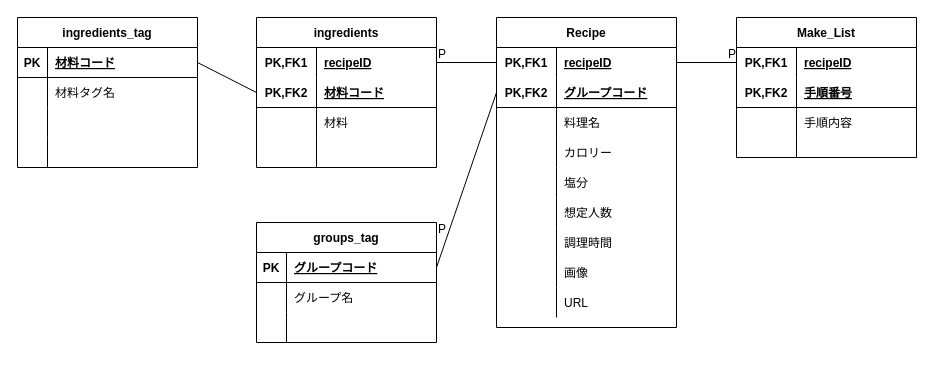
Above: ER.dio in qiuyueluzi/recipeApp (draw.io), before the change. Source tidied: cells renumbered, new cells numbered last; positions are measured from the earlier drawing's top-left corner, leaving out a move shared by most shapes. Both pictures are drawn from the tidied source at 100%, with x=0, y=0 at pixel (17, 17).
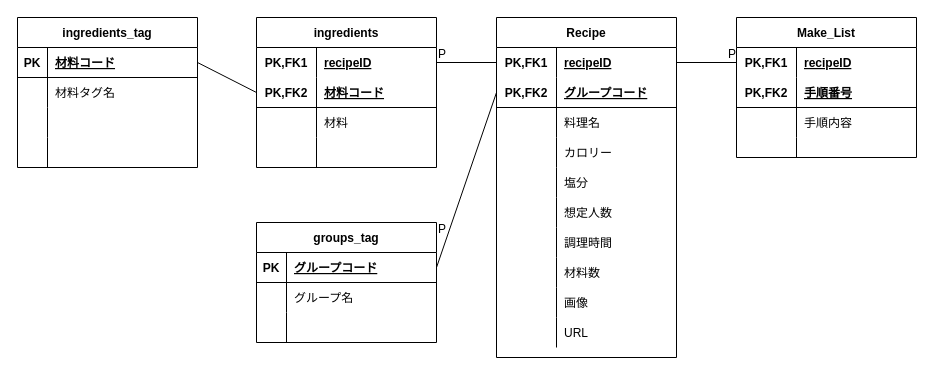
The same diagram, later.

Unchanged cells that the change refers to:
```xml
<mxCell id="41" style="shape=partialRectangle;fillColor=none;top=0;left=0;bottom=0;right=0;" parent="19" vertex="1">
  <mxGeometry y="240" width="180" height="30" as="geometry" />
</mxCell>
```

What changed in the source:
```diff
@@
     <mxCell id="19" value="Recipe" style="shape=table;startSize=30;childLayout=tableLayout;rowLines=0;fontStyle=1;align=center;" parent="1" vertex="1">
-      <mxGeometry x="479" width="180" height="310" as="geometry" />
+      <mxGeometry x="479" width="180" height="340" as="geometry" />
     </mxCell>
@@
-    <mxCell id="43" value="画像" style="shape=partialRectangle;fillColor=none;top=0;left=0;bottom=0;right=0;align=left;spacingLeft=6;overflow=hidden;" parent="41" vertex="1">
+    <mxCell id="43" value="材料数" style="shape=partialRectangle;fillColor=none;top=0;left=0;bottom=0;right=0;align=left;spacingLeft=6;overflow=hidden;" parent="41" vertex="1">
       <mxGeometry x="60" width="120" height="30" as="geometry" />
     </mxCell>
+    <mxCell id="86" style="shape=partialRectangle;fillColor=none;top=0;left=0;bottom=0;right=0;" parent="19" vertex="1">
+      <mxGeometry y="270" width="180" height="30" as="geometry" />
+    </mxCell>
+    <mxCell id="87" style="shape=partialRectangle;fillColor=none;top=0;left=0;bottom=0;right=0;overflow=hidden;" parent="86" vertex="1">
+      <mxGeometry width="60" height="30" as="geometry" />
+    </mxCell>
+    <mxCell id="88" value="画像" style="shape=partialRectangle;fillColor=none;top=0;left=0;bottom=0;right=0;align=left;spacingLeft=6;overflow=hidden;" parent="86" vertex="1">
+      <mxGeometry x="60" width="120" height="30" as="geometry" />
+    </mxCell>
     <mxCell id="44" style="shape=partialRectangle;fillColor=none;top=0;left=0;bottom=0;right=0;" parent="19" vertex="1">
-      <mxGeometry y="270" width="180" height="30" as="geometry" />
+      <mxGeometry y="300" width="180" height="30" as="geometry" />
     </mxCell>
```
